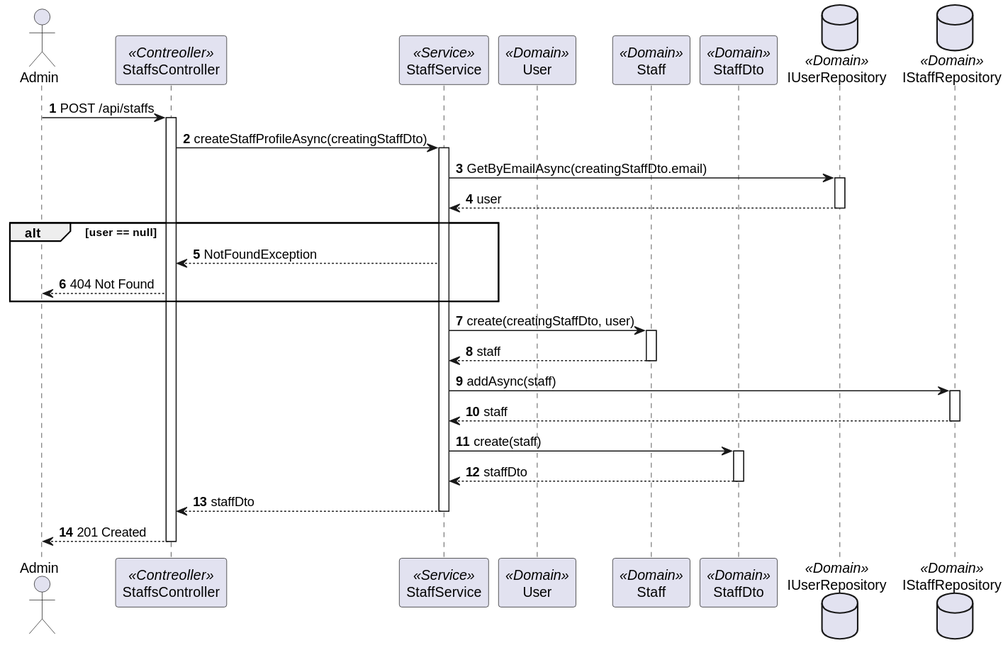
The PlantUML diagram docs/sprint-a/us-5.1.12/views/level3/process-view-2.svg in 1220846/sem5pi-24-25-3ddg20, before a commit.
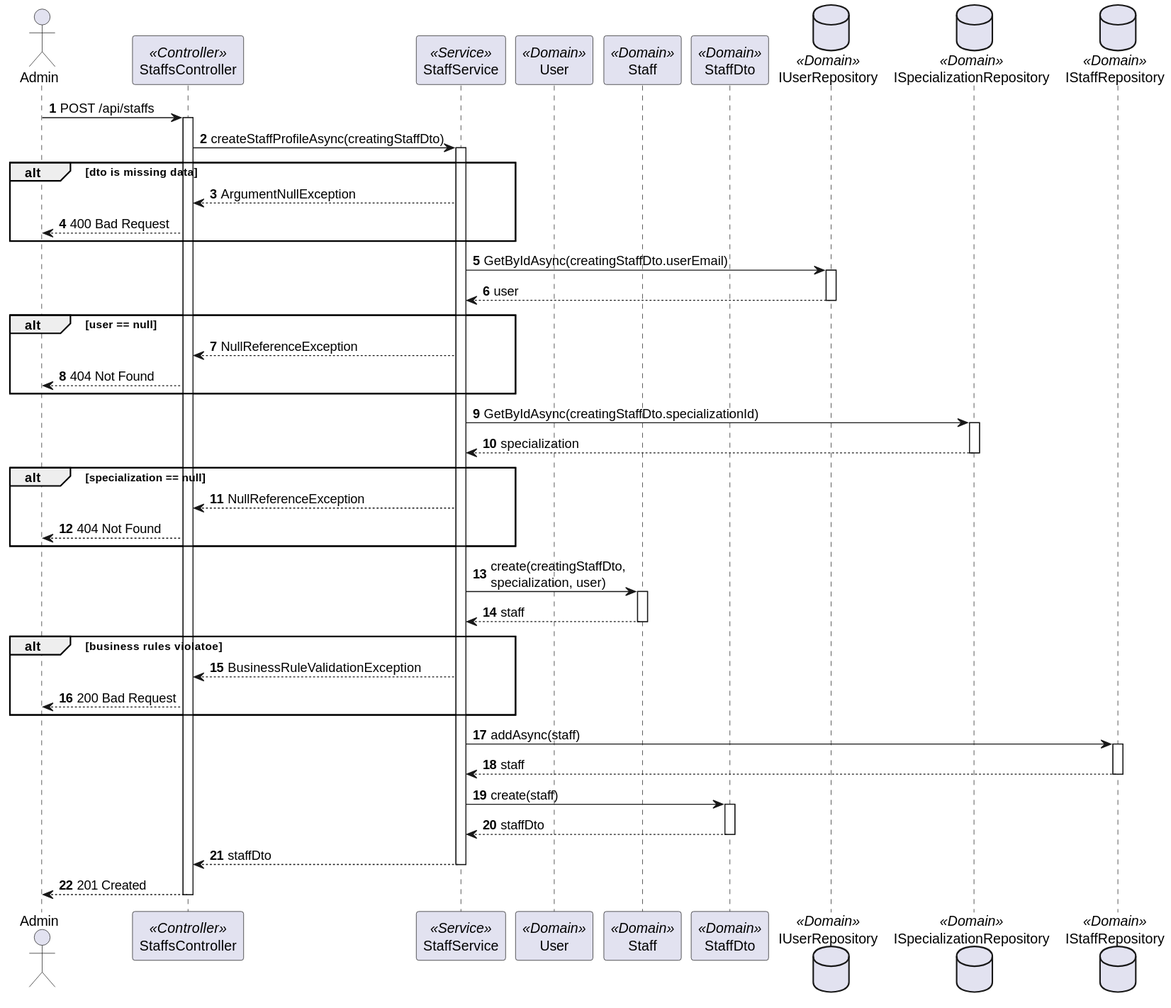
After the change.

What changed in the source:
```diff
@@ -2,12 +2,13 @@
 autonumber
 
 actor "Admin" as Adm
-participant "StaffsController" as Controller <<Contreoller>>
+participant "StaffsController" as Controller <<Controller>>
 participant "StaffService" as Service <<Service>>
 participant "User" as User <<Domain>>
 participant "Staff" as Staff <<Domain>>
 participant "StaffDto" as StaffDto <<Domain>>
 database "IUserRepository" as UserRepository <<Domain>>
+database "ISpecializationRepository" as SpecializationRepository <<Domain>>
 database "IStaffRepository" as StaffRepository <<Domain>>
 
 
@@ -15,18 +16,34 @@
 activate Controller
     Controller -> Service : createStaffProfileAsync(creatingStaffDto)
     activate Service
-        Service -> UserRepository : GetByEmailAsync(creatingStaffDto.email)
+alt dto is missing data
+        Service --> Controller : ArgumentNullException
+    Controller --> Adm : 400 Bad Request
+end alt
+        Service -> UserRepository : GetByIdAsync(creatingStaffDto.userEmail)
         activate UserRepository
             UserRepository --> Service : user
         deactivate UserRepository
 alt user == null
-        Service --> Controller : NotFoundException
+        Service --> Controller : NullReferenceException
     Controller --> Adm : 404 Not Found
 end alt
-        Service -> Staff : create(creatingStaffDto, user)
+        Service -> SpecializationRepository : GetByIdAsync(creatingStaffDto.specializationId)
+        activate SpecializationRepository
+            SpecializationRepository --> Service : specialization
+        deactivate SpecializationRepository
+alt specialization == null
+        Service --> Controller : NullReferenceException
+    Controller --> Adm : 404 Not Found
+end alt
+        Service -> Staff : create(creatingStaffDto,\nspecialization, user)
         activate Staff
             Staff --> Service : staff
         deactivate Staff
+alt business rules violatoe
+        Service --> Controller : BusinessRuleValidationException
+    Controller --> Adm : 200 Bad Request
+end alt
         Service -> StaffRepository : addAsync(staff)
         activate StaffRepository
             StaffRepository --> Service : staff
```
